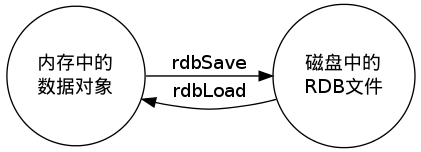
This is internal/image/persistent.png from huangzworks/redisbook, a Graphviz export, as it was before one commit. Its source is kept beside it as internal/image/persistent.dot.
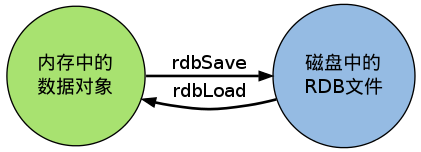
After the commit.

Change to the diagram source:
```diff
@@ -2,11 +2,13 @@
 
     rankdir = LR;
 
-    node [shape = circle];
+    node [shape = circle, style = filled];
 
-    redis_object [label = "内存中的\n数据对象"];
+    edge [style = bold];
 
-    rdb [label = "磁盘中的\nRDB文件"];
+    redis_object [label = "内存中的\n数据对象", fillcolor = "#A8E270"];
+
+    rdb [label = "磁盘中的\nRDB文件", fillcolor = "#95BBE3"];
 
     redis_object -> rdb [label = "rdbSave"];
 
```
